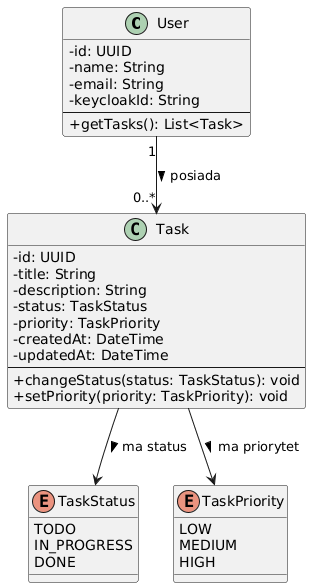
This is diagrams/diagram_klas.png from codingbart/todoapp, a PlantUML export, as it was before one commit.
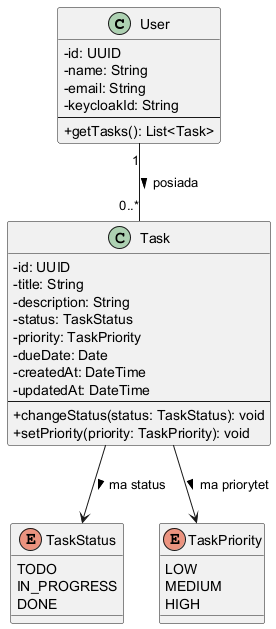
After the commit.

The edit, as a diff of the source:
```diff
@@ -16,6 +16,7 @@
     - description: String
     - status: TaskStatus
     - priority: TaskPriority
+    - dueDate: Date
     - createdAt: DateTime
     - updatedAt: DateTime
     --
@@ -35,7 +36,7 @@
     HIGH
 }
 
-User "1" --> "0..*" Task : posiada >
+User "1" -- "0..*" Task : posiada >
 Task --> TaskStatus : ma status >
 Task --> TaskPriority : ma priorytet >
 
```
